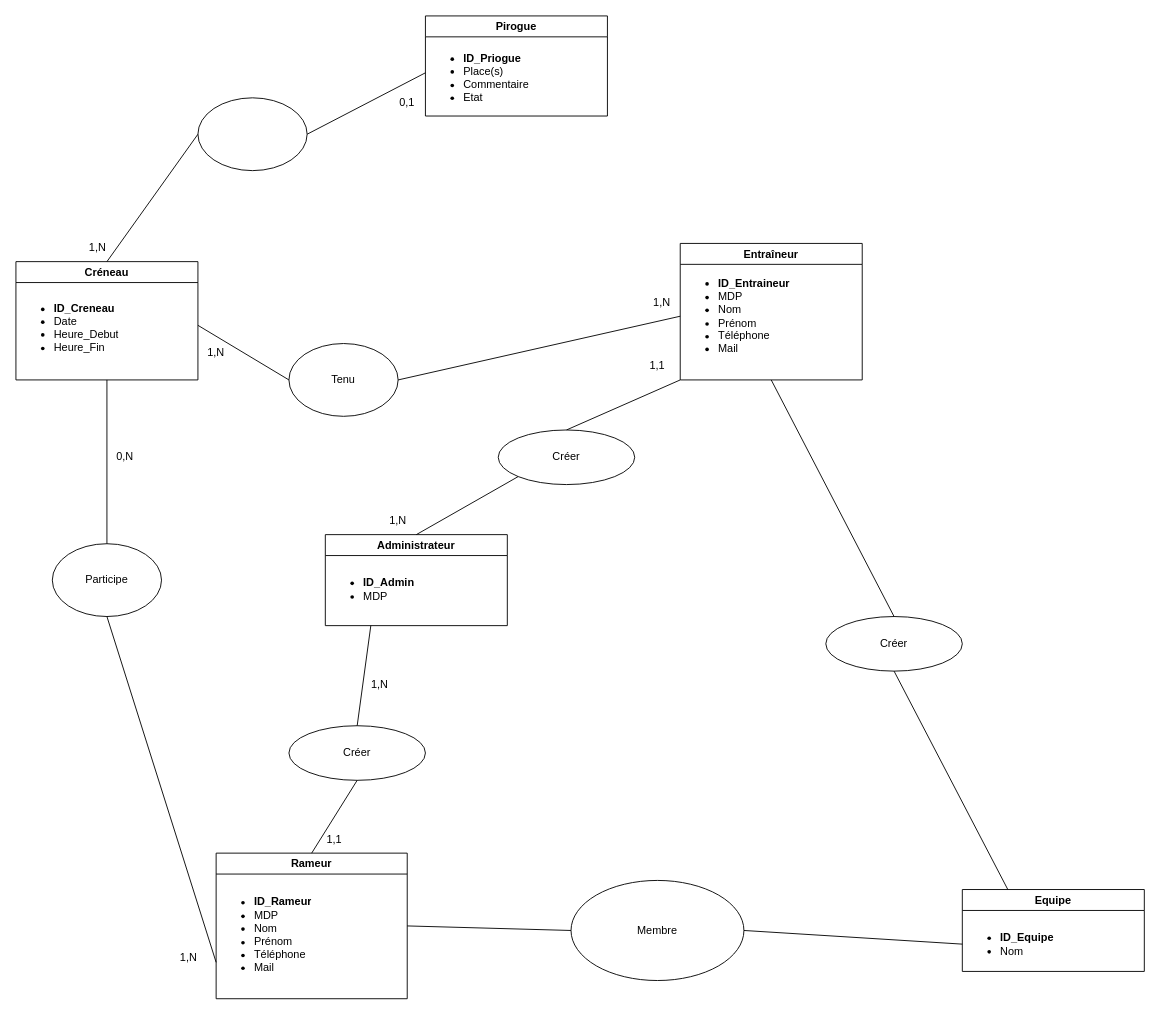
tteuru09/VAapp_project keeps this draw.io diagram as Docs/MCD_VAapp.drawio. Above is the earlier version. Source tidied: cells renumbered, new cells numbered last; positions are measured from the earlier drawing's top-left corner, leaving out a move shared by most shapes. Both pictures are drawn from the tidied source at 91%, with x=0, y=0 at pixel (15, 15).
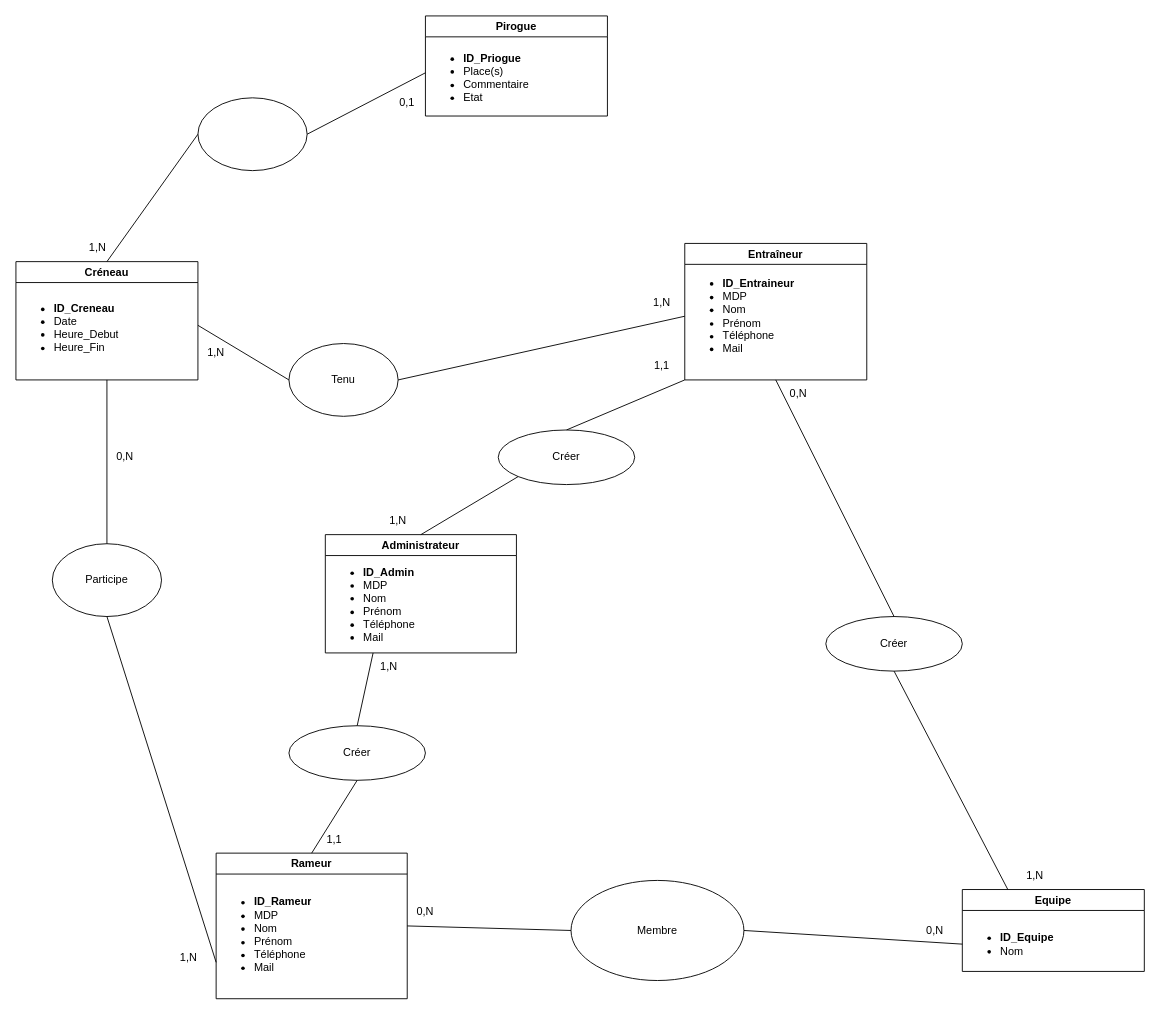
After the change.

Change to the diagram source:
```diff
@@
     <mxCell id="4" value="Entraîneur" style="swimlane;whiteSpace=wrap;html=1;" parent="1" vertex="1">
-      <mxGeometry x="730" y="250" width="200" height="150" as="geometry" />
+      <mxGeometry x="735" y="250" width="200" height="150" as="geometry" />
     </mxCell>
@@
     <mxCell id="25" value="Administrateur" style="swimlane;whiteSpace=wrap;html=1;" parent="1" vertex="1">
-      <mxGeometry x="340" y="570" width="200" height="100" as="geometry" />
+      <mxGeometry x="340" y="570" width="210" height="130" as="geometry" />
     </mxCell>
-    <mxCell id="26" value="&lt;ul&gt;&lt;li style=&quot;border-color: var(--border-color);&quot;&gt;&lt;b&gt;ID_Admin&lt;/b&gt;&lt;/li&gt;&lt;li style=&quot;border-color: var(--border-color);&quot;&gt;&lt;span style=&quot;background-color: initial;&quot;&gt;MDP&lt;/span&gt;&lt;/li&gt;&lt;/ul&gt;" style="text;strokeColor=none;fillColor=none;html=1;whiteSpace=wrap;verticalAlign=middle;overflow=hidden;" parent="25" vertex="1">
-      <mxGeometry y="30" width="200" height="60" as="geometry" />
+    <mxCell id="26" value="&lt;ul&gt;&lt;li style=&quot;border-color: var(--border-color);&quot;&gt;&lt;b&gt;ID_Admin&lt;/b&gt;&lt;/li&gt;&lt;li style=&quot;border-color: var(--border-color);&quot;&gt;&lt;span style=&quot;background-color: initial;&quot;&gt;MDP&lt;/span&gt;&lt;/li&gt;&lt;li style=&quot;border-color: var(--border-color);&quot;&gt;Nom&lt;br style=&quot;border-color: var(--border-color);&quot;&gt;&lt;/li&gt;&lt;li style=&quot;border-color: var(--border-color);&quot;&gt;Prénom&lt;/li&gt;&lt;li style=&quot;border-color: var(--border-color);&quot;&gt;Téléphone&lt;/li&gt;&lt;li style=&quot;border-color: var(--border-color);&quot;&gt;Mail&lt;/li&gt;&lt;/ul&gt;" style="text;strokeColor=none;fillColor=none;html=1;whiteSpace=wrap;verticalAlign=middle;overflow=hidden;" parent="25" vertex="1">
+      <mxGeometry y="20" width="210" height="110" as="geometry" />
     </mxCell>
@@
     <mxCell id="40" value="1,1" style="text;html=1;strokeColor=none;fillColor=none;align=center;verticalAlign=middle;whiteSpace=wrap;rounded=0;" parent="1" vertex="1">
-      <mxGeometry x="675" y="370" width="60" height="30" as="geometry" />
+      <mxGeometry x="680" y="370" width="60" height="30" as="geometry" />
     </mxCell>
@@
     <mxCell id="42" value="1,N" style="text;html=1;strokeColor=none;fillColor=none;align=center;verticalAlign=middle;whiteSpace=wrap;rounded=0;" parent="1" vertex="1">
-      <mxGeometry x="370" y="720" width="60" height="30" as="geometry" />
+      <mxGeometry x="380" y="700" width="60" height="30" as="geometry" />
     </mxCell>
@@
+    <mxCell id="45" value="0,N" style="text;html=1;strokeColor=none;fillColor=none;align=center;verticalAlign=middle;whiteSpace=wrap;rounded=0;" parent="1" vertex="1">
+      <mxGeometry x="420" y="970" width="60" height="30" as="geometry" />
+    </mxCell>
+    <mxCell id="46" value="0,N" style="text;html=1;strokeColor=none;fillColor=none;align=center;verticalAlign=middle;whiteSpace=wrap;rounded=0;" parent="1" vertex="1">
+      <mxGeometry x="980" y="990" width="60" height="30" as="geometry" />
+    </mxCell>
+    <mxCell id="47" value="0,N" style="text;html=1;strokeColor=none;fillColor=none;align=center;verticalAlign=middle;whiteSpace=wrap;rounded=0;" parent="1" vertex="1">
+      <mxGeometry x="830" y="400" width="60" height="30" as="geometry" />
+    </mxCell>
+    <mxCell id="48" value="1,N" style="text;html=1;strokeColor=none;fillColor=none;align=center;verticalAlign=middle;whiteSpace=wrap;rounded=0;" parent="1" vertex="1">
+      <mxGeometry x="1090" y="930" width="60" height="30" as="geometry" />
+    </mxCell>
```
